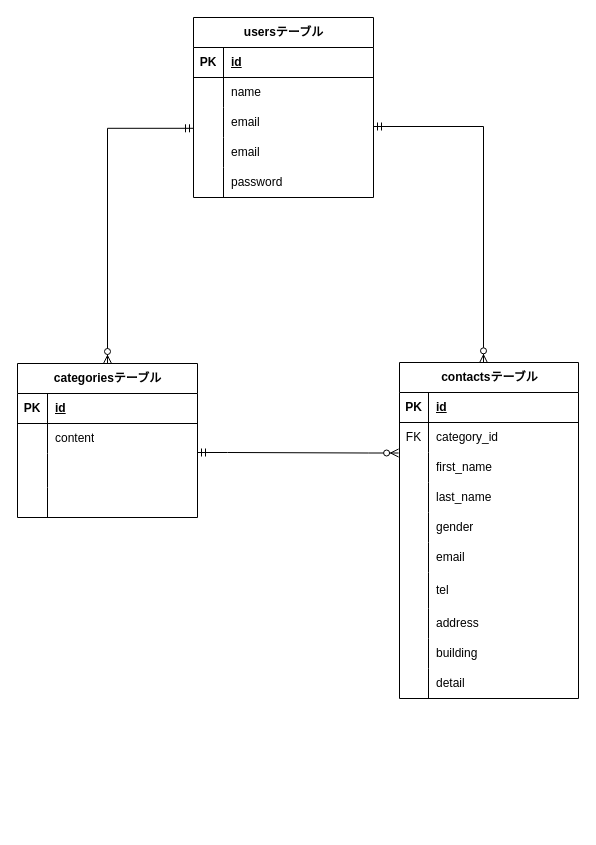
TomoeHayano/contact-form-test keeps this draw.io diagram as er_diagram.drawio. Above is the earlier version. Source tidied: cells renumbered, new cells numbered last; positions are measured from the earlier drawing's top-left corner, leaving out a move shared by most shapes. Both pictures are drawn from the tidied source at 100%, with x=0, y=0 at pixel (17, 17).
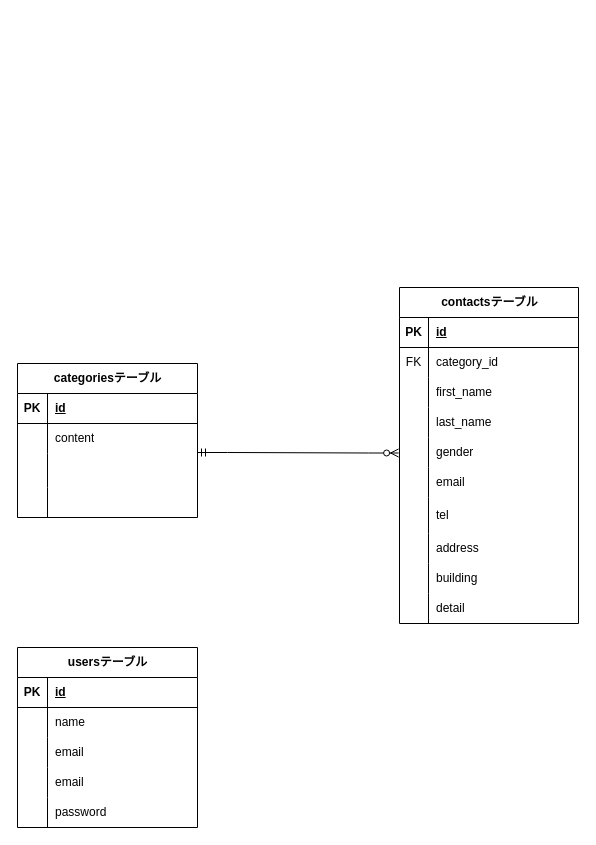
Above is the later version.

Unchanged cells that the change refers to:
```xml
<mxCell id="2" value="&lt;span class=&quot;notion-enable-hover&quot;&gt;categoriesテーブル&lt;/span&gt;" style="shape=table;startSize=30;childLayout=tableLayout;rowLines=0;fontStyle=1;align=center;html=1;" parent="1" vertex="1">
  <mxGeometry y="346" width="180" height="154" as="geometry" />
</mxCell>
```

Diff of the diagram source:
```diff
@@
     <mxCell id="15" value="&lt;span class=&quot;notion-enable-hover&quot;&gt;contactsテーブル&lt;/span&gt;" style="shape=table;startSize=30;childLayout=tableLayout;rowLines=0;fontStyle=1;align=center;html=1;" parent="1" vertex="1">
-      <mxGeometry x="382" y="345" width="179" height="336" as="geometry" />
+      <mxGeometry x="382" y="270" width="179" height="336" as="geometry" />
     </mxCell>
@@
     <mxCell id="46" value="&lt;span class=&quot;notion-enable-hover&quot;&gt;usersテーブル&lt;/span&gt;" style="shape=table;startSize=30;childLayout=tableLayout;rowLines=0;fontStyle=1;align=center;html=1;" parent="1" vertex="1">
-      <mxGeometry x="176" width="180" height="180" as="geometry" />
+      <mxGeometry y="630" width="180" height="180" as="geometry" />
     </mxCell>
@@
-    <mxCell id="63" style="edgeStyle=orthogonalEdgeStyle;fontSize=12;html=1;endArrow=ERzeroToMany;startArrow=ERmandOne;entryX=0.5;entryY=0;entryDx=0;entryDy=0;rounded=0;curved=0;" parent="1" edge="1" target="2">
-      <mxGeometry relative="1" as="geometry">
-        <mxPoint x="176" y="110.8" as="sourcePoint" />
-        <Array as="points">
-          <mxPoint x="90" y="111" />
-        </Array>
-      </mxGeometry>
-    </mxCell>
-    <mxCell id="64" style="edgeStyle=elbowEdgeStyle;fontSize=12;html=1;endArrow=ERzeroToMany;startArrow=ERmandOne;rounded=0;entryX=0.464;entryY=0.001;entryDx=0;entryDy=0;entryPerimeter=0;" parent="1" edge="1" target="15">
-      <mxGeometry relative="1" as="geometry">
-        <mxPoint x="356" y="109" as="sourcePoint" />
-        <Array as="points">
-          <mxPoint x="466" y="199" />
-        </Array>
-      </mxGeometry>
-    </mxCell>
```
